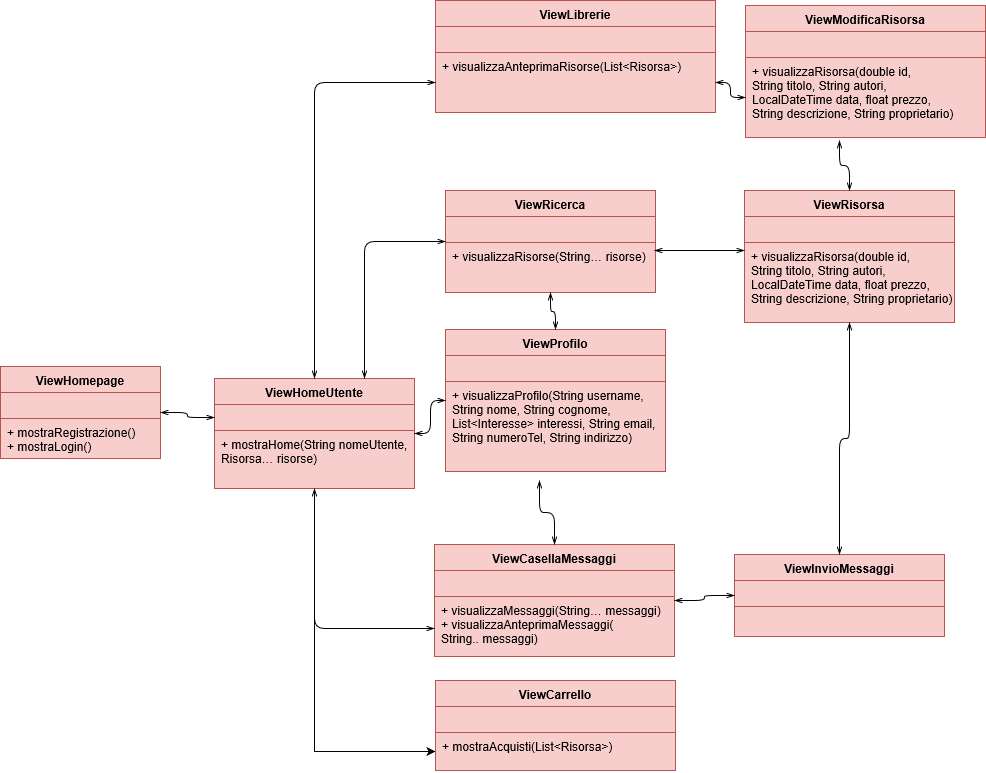
Before: Reingegnerizzazione/dettaglioClientUtente.png, a diagram exported from draw.io (SundavarBlaka/Alexandria). Source tidied: cells renumbered, new cells last; positions are measured from the earlier drawing's top-left corner, leaving out a move shared by most shapes.
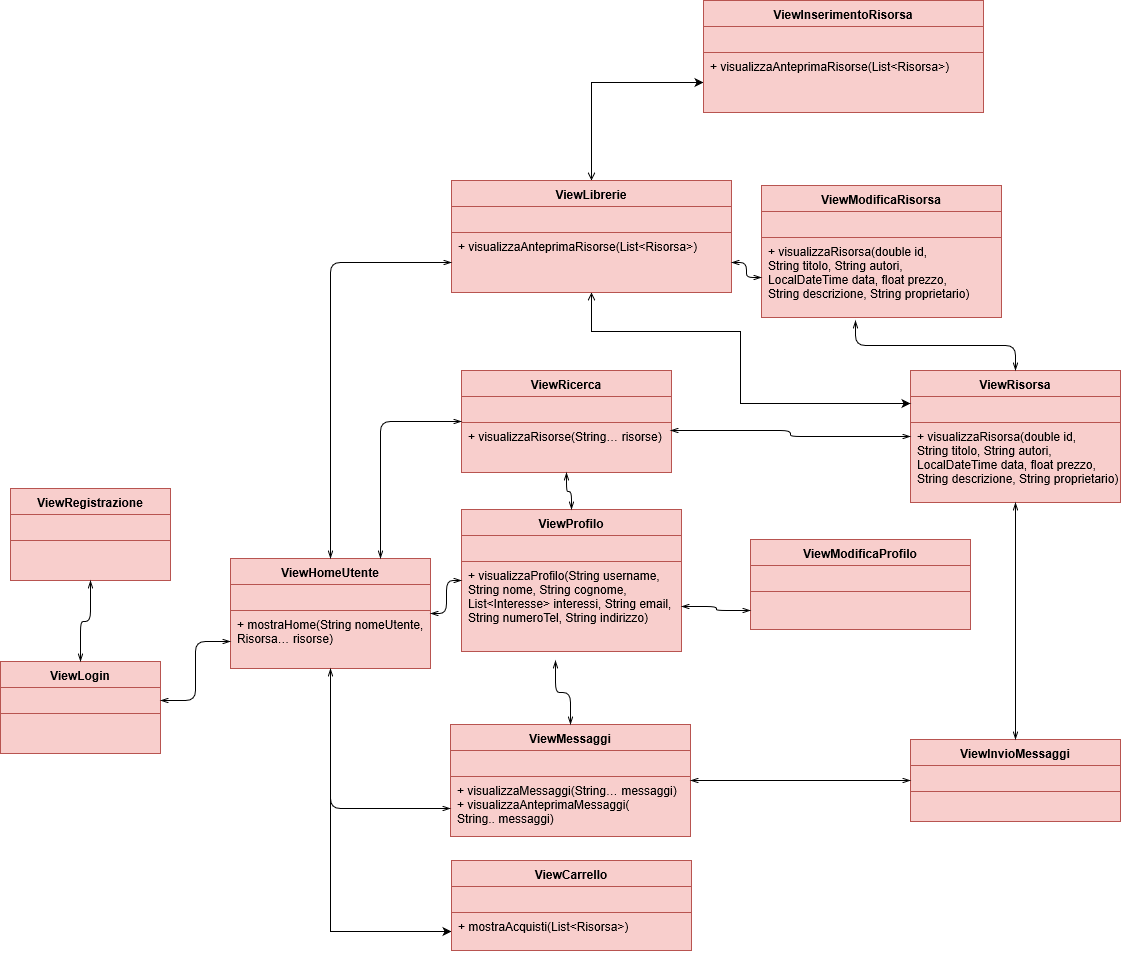
The same file after the commit.

What changed in the source:
```diff
@@ -2,17 +2,17 @@
   <root>
     <mxCell id="0" />
     <mxCell id="1" parent="0" />
-    <mxCell id="2" value="ViewHomepage&#10;" style="swimlane;fontStyle=1;align=center;verticalAlign=top;horizontal=1;startSize=26;fillColor=#f8cecc;strokeColor=#b85450;" parent="1" vertex="1">
-      <mxGeometry y="366" width="160" height="92" as="geometry" />
+    <mxCell id="2" value="ViewRegistrazione&#10;" style="swimlane;fontStyle=1;align=center;verticalAlign=top;horizontal=1;startSize=26;fillColor=#f8cecc;strokeColor=#b85450;" parent="1" vertex="1">
+      <mxGeometry x="-6" y="308" width="160" height="92" as="geometry" />
     </mxCell>
     <mxCell id="3" style="text;strokeColor=#b85450;fillColor=#f8cecc;align=left;verticalAlign=top;spacingLeft=4;spacingRight=4;overflow=hidden;" parent="2" vertex="1">
       <mxGeometry y="26" width="160" height="26" as="geometry" />
     </mxCell>
-    <mxCell id="4" value="+ mostraRegistrazione()&#10;+ mostraLogin()&#10;" style="text;strokeColor=#b85450;fillColor=#f8cecc;align=left;verticalAlign=top;spacingLeft=4;spacingRight=4;overflow=hidden;" parent="2" vertex="1">
+    <mxCell id="4" value="&#10;" style="text;strokeColor=#b85450;fillColor=#f8cecc;align=left;verticalAlign=top;spacingLeft=4;spacingRight=4;overflow=hidden;" parent="2" vertex="1">
       <mxGeometry y="52" width="160" height="40" as="geometry" />
     </mxCell>
     <mxCell id="5" value="ViewRisorsa&#10;" style="swimlane;fontStyle=1;align=center;verticalAlign=top;horizontal=1;startSize=26;fillColor=#f8cecc;strokeColor=#b85450;" parent="1" vertex="1">
-      <mxGeometry x="744" y="190" width="210" height="132" as="geometry" />
+      <mxGeometry x="894" y="190" width="210" height="132" as="geometry" />
     </mxCell>
     <mxCell id="6" style="text;strokeColor=#b85450;fillColor=#f8cecc;align=left;verticalAlign=top;spacingLeft=4;spacingRight=4;overflow=hidden;" parent="5" vertex="1">
       <mxGeometry y="26" width="210" height="26" as="geometry" />
@@ -44,7 +44,7 @@
     <mxCell id="15" value="+ visualizzaProfilo(String username,&#10;String nome, String cognome,&#10;List&lt;Interesse&gt; interessi, String email,&#10;String numeroTel, String indirizzo)&#10;" style="text;strokeColor=#b85450;fillColor=#f8cecc;align=left;verticalAlign=top;spacingLeft=4;spacingRight=4;overflow=hidden;points=[[0,0.5],[1,0.5]];portConstraint=eastwest;" parent="13" vertex="1">
       <mxGeometry y="52" width="220" height="90" as="geometry" />
     </mxCell>
-    <mxCell id="16" value="ViewCasellaMessaggi&#10;" style="swimlane;fontStyle=1;align=center;verticalAlign=top;horizontal=1;startSize=26;fillColor=#f8cecc;strokeColor=#b85450;" parent="1" vertex="1">
+    <mxCell id="16" value="ViewMessaggi&#10;" style="swimlane;fontStyle=1;align=center;verticalAlign=top;horizontal=1;startSize=26;fillColor=#f8cecc;strokeColor=#b85450;" parent="1" vertex="1">
       <mxGeometry x="434" y="544" width="240" height="112" as="geometry" />
     </mxCell>
     <mxCell id="17" style="text;strokeColor=#b85450;fillColor=#f8cecc;align=left;verticalAlign=top;spacingLeft=4;spacingRight=4;overflow=hidden;" parent="16" vertex="1">
@@ -54,7 +54,7 @@
       <mxGeometry y="52" width="240" height="60" as="geometry" />
     </mxCell>
     <mxCell id="19" value="ViewInvioMessaggi&#10;" style="swimlane;fontStyle=1;align=center;verticalAlign=top;horizontal=1;startSize=26;fillColor=#f8cecc;strokeColor=#b85450;" parent="1" vertex="1">
-      <mxGeometry x="734" y="554" width="210" height="82" as="geometry" />
+      <mxGeometry x="894" y="559" width="210" height="82" as="geometry" />
     </mxCell>
     <mxCell id="20" style="text;strokeColor=#b85450;fillColor=#f8cecc;align=left;verticalAlign=top;spacingLeft=4;spacingRight=4;overflow=hidden;" parent="19" vertex="1">
       <mxGeometry y="26" width="210" height="26" as="geometry" />
@@ -62,6 +62,18 @@
     <mxCell id="21" value="&#10;" style="text;strokeColor=#b85450;fillColor=#f8cecc;align=left;verticalAlign=top;spacingLeft=4;spacingRight=4;overflow=hidden;" parent="19" vertex="1">
       <mxGeometry y="52" width="210" height="30" as="geometry" />
     </mxCell>
+    <mxCell id="74" style="edgeStyle=orthogonalEdgeStyle;rounded=0;jettySize=auto;html=1;entryX=0;entryY=0.25;entryDx=0;entryDy=0;startArrow=open;startFill=0;" parent="1" edge="1" source="22" target="5">
+      <mxGeometry relative="1" as="geometry">
+        <Array as="points">
+          <mxPoint x="575" y="151" />
+          <mxPoint x="724" y="151" />
+          <mxPoint x="724" y="223" />
+        </Array>
+      </mxGeometry>
+    </mxCell>
+    <mxCell id="75" style="edgeStyle=orthogonalEdgeStyle;rounded=0;jettySize=auto;html=1;entryX=0;entryY=0.5;entryDx=0;entryDy=0;startArrow=open;startFill=0;" parent="1" edge="1" source="22" target="93">
+      <mxGeometry relative="1" as="geometry" />
+    </mxCell>
     <mxCell id="22" value="ViewLibrerie&#10;" style="swimlane;fontStyle=1;align=center;verticalAlign=top;horizontal=1;startSize=26;fillColor=#f8cecc;strokeColor=#b85450;" parent="1" vertex="1">
       <mxGeometry x="435" width="280" height="112" as="geometry" />
     </mxCell>
@@ -80,15 +92,6 @@
     <mxCell id="27" value="+ visualizzaRisorsa(double id,&#10;String titolo, String autori, &#10;LocalDateTime data, float prezzo,&#10;String descrizione, String proprietario)" style="text;strokeColor=#b85450;fillColor=#f8cecc;align=left;verticalAlign=top;spacingLeft=4;spacingRight=4;overflow=hidden;points=[[0,0.5],[1,0.5]];portConstraint=eastwest;" parent="25" vertex="1">
       <mxGeometry y="52" width="240" height="80" as="geometry" />
     </mxCell>
-    <mxCell id="28" style="endArrow=openThin;html=1;edgeStyle=orthogonalEdgeStyle;exitX=1;exitY=0.5;exitDx=0;exitDy=0;entryX=0;entryY=0.5;entryDx=0;entryDy=0;endFill=0;startArrow=openThin;startFill=0;" parent="1" edge="1" source="2" target="10">
-      <mxGeometry relative="1" as="geometry" />
-    </mxCell>
-    <mxCell id="29" value="&lt;br&gt;" style="html=1;align=left;verticalAlign=bottom;labelBackgroundColor=#ffffff;fontSize=10;" parent="28" vertex="1">
-      <mxGeometry x="-1" relative="1" as="geometry" />
-    </mxCell>
-    <mxCell id="30" value="&lt;br&gt;" style="html=1;align=right;verticalAlign=bottom;labelBackgroundColor=#ffffff;fontSize=10;" parent="28" vertex="1">
-      <mxGeometry x="1" relative="1" as="geometry" />
-    </mxCell>
     <mxCell id="31" style="endArrow=openThin;html=1;edgeStyle=orthogonalEdgeStyle;exitX=1;exitY=0.5;exitDx=0;exitDy=0;entryX=0;entryY=0.5;entryDx=0;entryDy=0;endFill=0;startArrow=openThin;startFill=0;" parent="1" edge="1" source="9" target="13">
       <mxGeometry relative="1" as="geometry" />
     </mxCell>
@@ -117,7 +120,12 @@
       <mxGeometry x="1" relative="1" as="geometry" />
     </mxCell>
     <mxCell id="40" style="endArrow=openThin;html=1;edgeStyle=orthogonalEdgeStyle;exitX=1;exitY=0.5;exitDx=0;exitDy=0;entryX=0;entryY=0.5;entryDx=0;entryDy=0;endFill=0;startArrow=openThin;startFill=0;" parent="1" edge="1" source="24" target="27">
-      <mxGeometry relative="1" as="geometry" />
+      <mxGeometry relative="1" as="geometry">
+        <Array as="points">
+          <mxPoint x="730" y="82" />
+          <mxPoint x="730" y="97" />
+        </Array>
+      </mxGeometry>
     </mxCell>
     <mxCell id="41" value="&lt;br&gt;" style="html=1;align=left;verticalAlign=bottom;labelBackgroundColor=#ffffff;fontSize=10;" parent="40" vertex="1">
       <mxGeometry x="-1" relative="1" as="geometry" />
@@ -157,10 +165,9 @@
     <mxCell id="52" value="&lt;br&gt;" style="html=1;align=right;verticalAlign=bottom;labelBackgroundColor=#ffffff;fontSize=10;" parent="50" vertex="1">
       <mxGeometry x="1" relative="1" as="geometry" />
     </mxCell>
-    <mxCell id="53" style="endArrow=openThin;html=1;edgeStyle=orthogonalEdgeStyle;entryX=0;entryY=0.5;entryDx=0;entryDy=0;endFill=0;startArrow=openThin;startFill=0;" parent="1" edge="1">
+    <mxCell id="53" style="endArrow=openThin;html=1;edgeStyle=orthogonalEdgeStyle;entryX=0;entryY=0.5;entryDx=0;entryDy=0;endFill=0;startArrow=openThin;startFill=0;" parent="1" edge="1" target="5">
       <mxGeometry relative="1" as="geometry">
         <mxPoint x="654" y="250" as="sourcePoint" />
-        <mxPoint x="744" y="250" as="targetPoint" />
       </mxGeometry>
     </mxCell>
     <mxCell id="54" value="&lt;br&gt;" style="html=1;align=left;verticalAlign=bottom;labelBackgroundColor=#ffffff;fontSize=10;" parent="53" vertex="1">
@@ -225,5 +232,59 @@
     <mxCell id="73" value="&lt;br&gt;" style="html=1;align=left;verticalAlign=bottom;labelBackgroundColor=#ffffff;fontSize=10;" parent="1" vertex="1">
       <mxGeometry x="675" y="740" as="geometry" />
     </mxCell>
+    <mxCell id="76" value="ViewLogin&#10;" style="swimlane;fontStyle=1;align=center;verticalAlign=top;horizontal=1;startSize=26;fillColor=#f8cecc;strokeColor=#b85450;" parent="1" vertex="1">
+      <mxGeometry x="-16" y="481" width="160" height="92" as="geometry" />
+    </mxCell>
+    <mxCell id="77" style="text;strokeColor=#b85450;fillColor=#f8cecc;align=left;verticalAlign=top;spacingLeft=4;spacingRight=4;overflow=hidden;points=[[0,0.5],[1,0.5]];portConstraint=eastwest;" parent="76" vertex="1">
+      <mxGeometry y="26" width="160" height="26" as="geometry" />
+    </mxCell>
+    <mxCell id="78" value="&#10;" style="text;strokeColor=#b85450;fillColor=#f8cecc;align=left;verticalAlign=top;spacingLeft=4;spacingRight=4;overflow=hidden;" parent="76" vertex="1">
+      <mxGeometry y="52" width="160" height="40" as="geometry" />
+    </mxCell>
+    <mxCell id="79" style="endArrow=openThin;html=1;edgeStyle=orthogonalEdgeStyle;exitX=1;exitY=0.5;exitDx=0;exitDy=0;endFill=0;startArrow=openThin;startFill=0;entryX=0;entryY=0.75;entryDx=0;entryDy=0;" parent="1" edge="1" source="77" target="9">
+      <mxGeometry relative="1" as="geometry" />
+    </mxCell>
+    <mxCell id="80" value="&lt;br&gt;" style="html=1;align=left;verticalAlign=bottom;labelBackgroundColor=#ffffff;fontSize=10;" parent="79" vertex="1">
+      <mxGeometry x="-1" relative="1" as="geometry" />
+    </mxCell>
+    <mxCell id="81" value="&lt;br&gt;" style="html=1;align=right;verticalAlign=bottom;labelBackgroundColor=#ffffff;fontSize=10;" parent="79" vertex="1">
+      <mxGeometry x="1" relative="1" as="geometry" />
+    </mxCell>
+    <mxCell id="82" style="endArrow=openThin;html=1;edgeStyle=orthogonalEdgeStyle;exitX=0.5;exitY=1;exitDx=0;exitDy=0;entryX=0.5;entryY=0;entryDx=0;entryDy=0;endFill=0;startArrow=openThin;startFill=0;" parent="1" edge="1" source="2" target="76">
+      <mxGeometry relative="1" as="geometry" />
+    </mxCell>
+    <mxCell id="83" value="&lt;br&gt;" style="html=1;align=left;verticalAlign=bottom;labelBackgroundColor=#ffffff;fontSize=10;" parent="82" vertex="1">
+      <mxGeometry x="-1" relative="1" as="geometry" />
+    </mxCell>
+    <mxCell id="84" value="&lt;br&gt;" style="html=1;align=right;verticalAlign=bottom;labelBackgroundColor=#ffffff;fontSize=10;" parent="82" vertex="1">
+      <mxGeometry x="1" relative="1" as="geometry" />
+    </mxCell>
+    <mxCell id="85" value="ViewModificaProfilo" style="swimlane;fontStyle=1;align=center;verticalAlign=top;horizontal=1;startSize=26;fillColor=#f8cecc;strokeColor=#b85450;" parent="1" vertex="1">
+      <mxGeometry x="734" y="359" width="220" height="90" as="geometry" />
+    </mxCell>
+    <mxCell id="86" style="text;strokeColor=#b85450;fillColor=#f8cecc;align=left;verticalAlign=top;spacingLeft=4;spacingRight=4;overflow=hidden;" parent="85" vertex="1">
+      <mxGeometry y="26" width="220" height="26" as="geometry" />
+    </mxCell>
+    <mxCell id="87" value="&#10;" style="text;strokeColor=#b85450;fillColor=#f8cecc;align=left;verticalAlign=top;spacingLeft=4;spacingRight=4;overflow=hidden;points=[[0,0.5],[1,0.5]];portConstraint=eastwest;" parent="85" vertex="1">
+      <mxGeometry y="52" width="220" height="38" as="geometry" />
+    </mxCell>
+    <mxCell id="88" style="endArrow=openThin;html=1;edgeStyle=orthogonalEdgeStyle;exitX=1;exitY=0.5;exitDx=0;exitDy=0;endFill=0;startArrow=openThin;startFill=0;entryX=0;entryY=0.5;entryDx=0;entryDy=0;" parent="1" edge="1" source="15" target="87">
+      <mxGeometry relative="1" as="geometry" />
+    </mxCell>
+    <mxCell id="89" value="&lt;br&gt;" style="html=1;align=left;verticalAlign=bottom;labelBackgroundColor=#ffffff;fontSize=10;" parent="88" vertex="1">
+      <mxGeometry x="-1" relative="1" as="geometry" />
+    </mxCell>
+    <mxCell id="90" value="&lt;br&gt;" style="html=1;align=right;verticalAlign=bottom;labelBackgroundColor=#ffffff;fontSize=10;" parent="88" vertex="1">
+      <mxGeometry x="1" relative="1" as="geometry" />
+    </mxCell>
+    <mxCell id="91" value="ViewInserimentoRisorsa&#10;" style="swimlane;fontStyle=1;align=center;verticalAlign=top;horizontal=1;startSize=26;fillColor=#f8cecc;strokeColor=#b85450;" parent="1" vertex="1">
+      <mxGeometry x="687" y="-180" width="280" height="112" as="geometry" />
+    </mxCell>
+    <mxCell id="92" style="text;strokeColor=#b85450;fillColor=#f8cecc;align=left;verticalAlign=top;spacingLeft=4;spacingRight=4;overflow=hidden;" parent="91" vertex="1">
+      <mxGeometry y="26" width="280" height="26" as="geometry" />
+    </mxCell>
+    <mxCell id="93" value="+ visualizzaAnteprimaRisorse(List&lt;Risorsa&gt;)&#10;" style="text;strokeColor=#b85450;fillColor=#f8cecc;align=left;verticalAlign=top;spacingLeft=4;spacingRight=4;overflow=hidden;points=[[0,0.5],[1,0.5]];portConstraint=eastwest;" parent="91" vertex="1">
+      <mxGeometry y="52" width="280" height="60" as="geometry" />
+    </mxCell>
   </root>
 </mxGraphModel>
```
